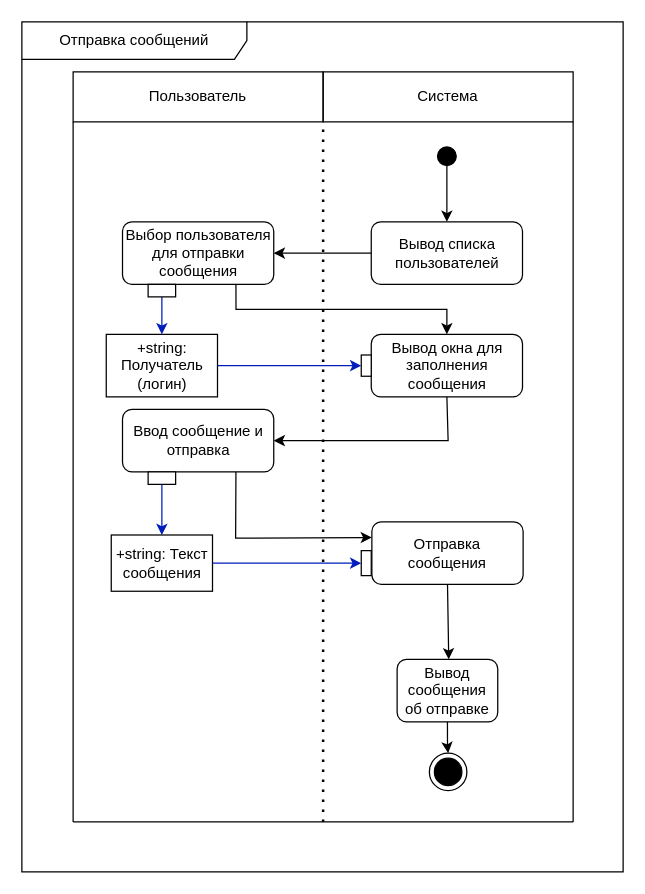
This is docs/raw_diagrams/отправка сообщения++.drawio from AS2/habrolink, a draw.io file, before an edit. Source tidied: cells renumbered, new cells numbered last; positions are measured from the earlier drawing's top-left corner, leaving out a move shared by most shapes. Both pictures are drawn from the tidied source at 125%, with x=0, y=0 at pixel (21, 21).
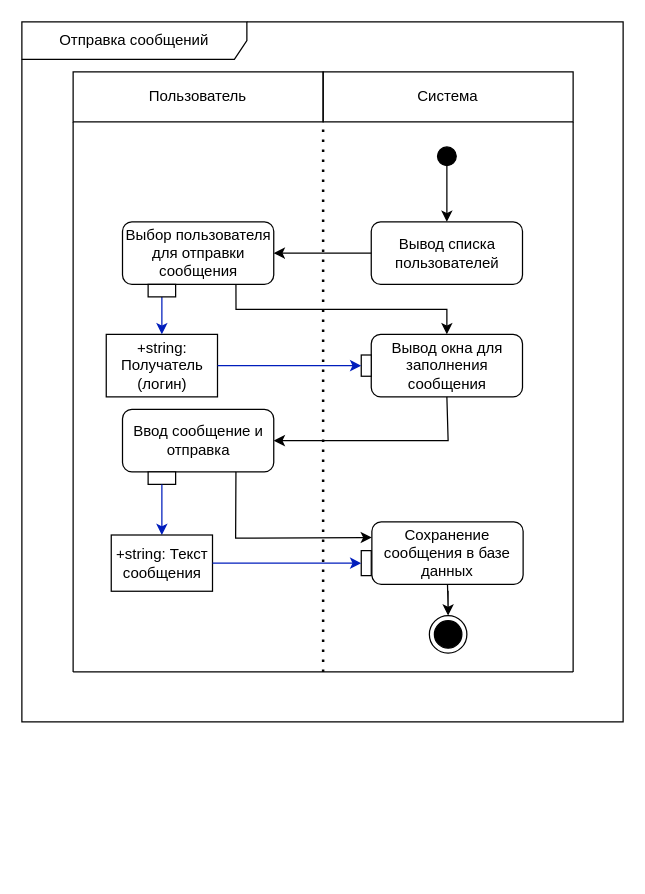
After the change.

Commit message (it also covers changes not shown here):
Fixed activity diagrams

The change refers to these unchanged cells:
```xml
<mxCell id="3" value="Пользователь" style="text;html=1;strokeColor=default;fillColor=none;align=center;verticalAlign=middle;whiteSpace=wrap;rounded=0;" parent="1" vertex="1">
  <mxGeometry x="41" y="40" width="200" height="40" as="geometry" />
</mxCell>
<mxCell id="4" value="Система" style="text;html=1;strokeColor=default;fillColor=none;align=center;verticalAlign=middle;whiteSpace=wrap;rounded=0;" parent="1" vertex="1">
  <mxGeometry x="241" y="40" width="200" height="40" as="geometry" />
</mxCell>
```

The edit, as a diff of the source:
```diff
@@
     <mxCell id="12" style="endArrow=none;dashed=1;html=1;dashPattern=1 3;strokeWidth=2;rounded=0;entryX=0;entryY=1;entryDx=0;entryDy=0;" parent="1" edge="1" target="4">
       <mxGeometry relative="1" as="geometry">
-        <mxPoint x="241" y="640" as="sourcePoint" />
+        <mxPoint x="241" y="520" as="sourcePoint" />
       </mxGeometry>
     </mxCell>
     <mxCell id="13" style="endArrow=none;html=1;rounded=0;entryX=0;entryY=1;entryDx=0;entryDy=0;" parent="1" edge="1" target="3">
       <mxGeometry relative="1" as="geometry">
-        <mxPoint x="41" y="640" as="sourcePoint" />
+        <mxPoint x="41" y="520" as="sourcePoint" />
       </mxGeometry>
     </mxCell>
     <mxCell id="14" style="endArrow=none;html=1;rounded=0;entryX=0;entryY=1;entryDx=0;entryDy=0;" parent="1" edge="1">
       <mxGeometry relative="1" as="geometry">
-        <mxPoint x="441" y="640" as="sourcePoint" />
+        <mxPoint x="441" y="520" as="sourcePoint" />
         <mxPoint x="441" y="80" as="targetPoint" />
       </mxGeometry>
     </mxCell>
-    <mxCell id="15" value="Вывод сообщения об отправке" style="text;html=1;strokeColor=default;fillColor=none;align=center;verticalAlign=middle;whiteSpace=wrap;rounded=1;" parent="1" vertex="1">
-      <mxGeometry x="300.2" y="510" width="80.5" height="50" as="geometry" />
-    </mxCell>
     <mxCell id="16" style="endArrow=none;html=1;rounded=0;" parent="1" edge="1">
       <mxGeometry relative="1" as="geometry">
-        <mxPoint x="41" y="640" as="sourcePoint" />
-        <mxPoint x="441" y="640" as="targetPoint" />
+        <mxPoint x="41" y="520" as="sourcePoint" />
+        <mxPoint x="441" y="520" as="targetPoint" />
       </mxGeometry>
     </mxCell>
     <mxCell id="17" style="ellipse;html=1;shape=endState;fillColor=strokeColor;" parent="1" vertex="1">
-      <mxGeometry x="326" y="585" width="30" height="30" as="geometry" />
+      <mxGeometry x="326" y="475" width="30" height="30" as="geometry" />
     </mxCell>
-    <mxCell id="18" style="edgeStyle=orthogonalEdgeStyle;rounded=0;jettySize=auto;html=1;exitX=0.5;exitY=1;exitDx=0;exitDy=0;" parent="1" edge="1" source="15" target="17">
-      <mxGeometry relative="1" as="geometry" />
+    <mxCell id="18" style="edgeStyle=orthogonalEdgeStyle;rounded=0;jettySize=auto;html=1;exitX=0.5;exitY=1;exitDx=0;exitDy=0;" parent="1" edge="1" target="17">
+      <mxGeometry relative="1" as="geometry">
+        <mxPoint x="340.5" y="450" as="sourcePoint" />
+      </mxGeometry>
     </mxCell>
     <mxCell id="19" value="Отправка сообщений" style="shape=umlFrame;whiteSpace=wrap;html=1;width=180;height=30;" parent="1" vertex="1">
-      <mxGeometry width="481" height="680" as="geometry" />
+      <mxGeometry width="481" height="560" as="geometry" />
     </mxCell>
@@
-    <mxCell id="22" value="Отправка сообщения" style="text;html=1;strokeColor=default;fillColor=none;align=center;verticalAlign=middle;whiteSpace=wrap;rounded=1;" parent="1" vertex="1">
+    <mxCell id="22" value="Сохранение сообщения в базе данных" style="text;html=1;strokeColor=default;fillColor=none;align=center;verticalAlign=middle;whiteSpace=wrap;rounded=1;" parent="1" vertex="1">
       <mxGeometry x="280" y="400" width="121" height="50" as="geometry" />
     </mxCell>
-    <mxCell id="23" style="endArrow=classic;html=1;rounded=0;exitX=0.5;exitY=1;exitDx=0;exitDy=0;" parent="1" edge="1" source="22">
-      <mxGeometry relative="1" as="geometry">
-        <mxPoint x="341.5" y="510" as="targetPoint" />
-      </mxGeometry>
-    </mxCell>
```
